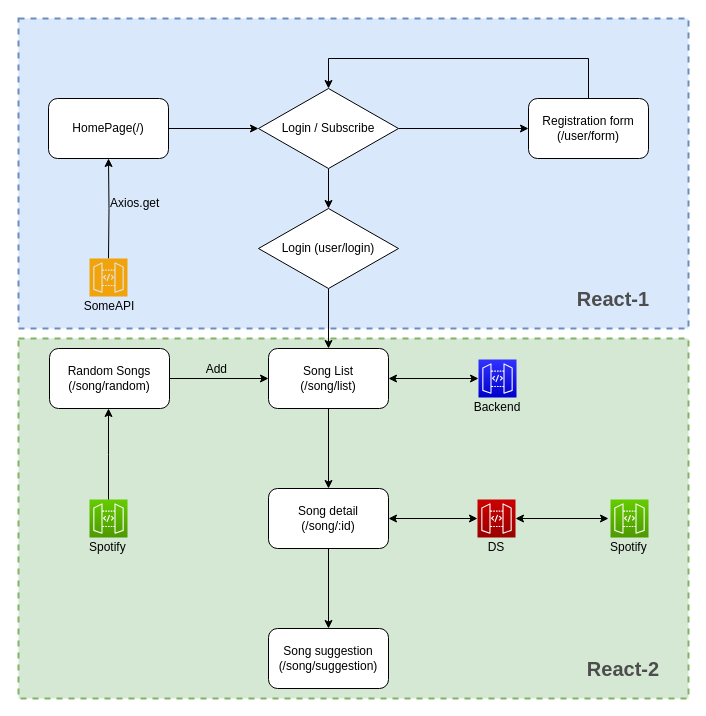
The draw.io diagram page "FlowChart" (1 of 2) of asset/flowChart/flowChart.drawio in bw-spotify-song/frontend, before the edit. Source tidied: cells renumbered, new cells numbered last; positions are measured from the earlier drawing's top-left corner, leaving out a move shared by most shapes. Both pictures are drawn from the tidied source at 100%, with x=0, y=0 at pixel (18, 18).
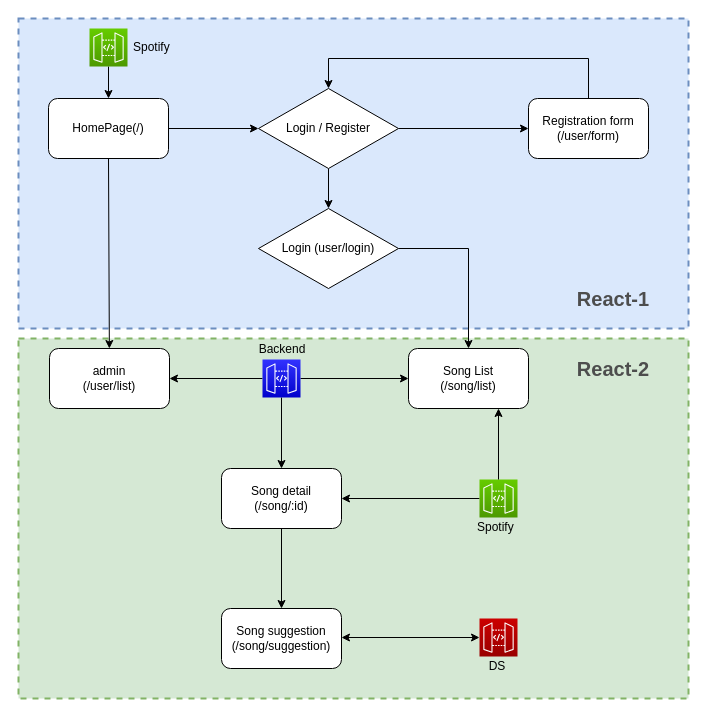
After the change.

Unchanged cells that the change refers to:
```xml
<mxCell id="6" value="HomePage(/)" style="rounded=1;whiteSpace=wrap;html=1;" parent="1" vertex="1">
  <mxGeometry x="30" y="80" width="120" height="60" as="geometry" />
</mxCell>
```

Change to the diagram source:
```diff
@@
-    <mxCell id="10" value="Login / Subscribe" style="rhombus;whiteSpace=wrap;html=1;" parent="1" vertex="1">
+    <mxCell id="10" value="Login / Register" style="rhombus;whiteSpace=wrap;html=1;" parent="1" vertex="1">
       <mxGeometry x="240" y="70" width="140" height="80" as="geometry" />
     </mxCell>
@@
-    <mxCell id="13" style="edgeStyle=orthogonalEdgeStyle;rounded=0;jettySize=auto;html=1;" parent="1" edge="1" source="14" target="17">
-      <mxGeometry relative="1" as="geometry" />
-    </mxCell>
     <mxCell id="14" value="Song List&lt;br&gt;(/song/list)" style="rounded=1;whiteSpace=wrap;html=1;" parent="1" vertex="1">
-      <mxGeometry x="250" y="330" width="120" height="60" as="geometry" />
+      <mxGeometry x="390" y="330" width="120" height="60" as="geometry" />
     </mxCell>
-    <mxCell id="15" value="Random Songs&lt;br&gt;(/song/random)" style="rounded=1;whiteSpace=wrap;html=1;" parent="1" vertex="1">
-      <mxGeometry x="31" y="330" width="120" height="60" as="geometry" />
-    </mxCell>
@@
     <mxCell id="17" value="Song detail&lt;br&gt;(/song/:id)" style="rounded=1;whiteSpace=wrap;html=1;" parent="1" vertex="1">
-      <mxGeometry x="250" y="470" width="120" height="60" as="geometry" />
+      <mxGeometry x="203" y="450" width="120" height="60" as="geometry" />
     </mxCell>
     <mxCell id="18" value="Song suggestion&lt;br&gt;(/song/suggestion)" style="rounded=1;whiteSpace=wrap;html=1;" parent="1" vertex="1">
-      <mxGeometry x="250" y="610" width="120" height="60" as="geometry" />
+      <mxGeometry x="203" y="590" width="120" height="60" as="geometry" />
     </mxCell>
-    <mxCell id="19" style="edgeStyle=orthogonalEdgeStyle;rounded=0;jettySize=auto;html=1;entryX=0.5;entryY=1;entryDx=0;entryDy=0;" parent="1" edge="1" target="6">
-      <mxGeometry relative="1" as="geometry">
-        <mxPoint x="90" y="240" as="sourcePoint" />
-      </mxGeometry>
-    </mxCell>
-    <mxCell id="20" style="fontColor=#232F3E;gradientColor=#66CC00;gradientDirection=north;fillColor=#4D9900;strokeColor=#ffffff;dashed=0;verticalLabelPosition=bottom;verticalAlign=top;align=center;html=1;fontSize=12;fontStyle=0;shape=mxgraph.aws4.resourceIcon;resIcon=mxgraph.aws4.api_gateway;" parent="1" vertex="1">
-      <mxGeometry x="592" y="481" width="38" height="38" as="geometry" />
-    </mxCell>
-    <mxCell id="21" value="Axios.get" style="text;html=1;strokeColor=none;fillColor=none;align=left;verticalAlign=middle;whiteSpace=wrap;rounded=0;" parent="1" vertex="1">
-      <mxGeometry x="90" y="170" width="60" height="30" as="geometry" />
-    </mxCell>
+    <mxCell id="23" style="edgeStyle=orthogonalEdgeStyle;rounded=0;jettySize=auto;html=1;" parent="1" edge="1" source="22" target="14">
+      <mxGeometry relative="1" as="geometry" />
+    </mxCell>
+    <mxCell id="39" style="edgeStyle=orthogonalEdgeStyle;rounded=0;jettySize=auto;html=1;" parent="1" edge="1" source="22" target="44">
+      <mxGeometry relative="1" as="geometry" />
+    </mxCell>
+    <mxCell id="40" style="edgeStyle=orthogonalEdgeStyle;rounded=0;jettySize=auto;html=1;" parent="1" edge="1" source="22" target="17">
+      <mxGeometry relative="1" as="geometry" />
+    </mxCell>
     <mxCell id="22" style="outlineConnect=0;fontColor=#232F3E;gradientColor=#3333FF;gradientDirection=north;fillColor=#0000CC;strokeColor=#ffffff;dashed=0;verticalLabelPosition=bottom;verticalAlign=top;align=center;html=1;fontSize=12;fontStyle=0;shape=mxgraph.aws4.resourceIcon;resIcon=mxgraph.aws4.api_gateway;" parent="1" vertex="1">
-      <mxGeometry x="460" y="341" width="38" height="38" as="geometry" />
+      <mxGeometry x="244" y="341" width="38" height="38" as="geometry" />
     </mxCell>
-    <mxCell id="23" style="endArrow=classic;startArrow=classic;html=1;entryX=1;entryY=0.5;entryDx=0;entryDy=0;" parent="1" edge="1" source="22" target="14">
-      <mxGeometry relative="1" as="geometry" />
-    </mxCell>
     <mxCell id="24" value="Backend" style="text;html=1;strokeColor=none;fillColor=none;align=center;verticalAlign=middle;whiteSpace=wrap;rounded=0;" parent="1" vertex="1">
-      <mxGeometry x="459" y="379" width="40" height="20" as="geometry" />
+      <mxGeometry x="244" y="321" width="40" height="20" as="geometry" />
     </mxCell>
     <mxCell id="25" style="outlineConnect=0;fontColor=#232F3E;gradientColor=#CC0000;gradientDirection=north;fillColor=#990000;strokeColor=#ffffff;dashed=0;verticalLabelPosition=bottom;verticalAlign=top;align=center;html=1;fontSize=12;fontStyle=0;shape=mxgraph.aws4.resourceIcon;resIcon=mxgraph.aws4.api_gateway;" parent="1" vertex="1">
-      <mxGeometry x="459" y="481" width="38" height="38" as="geometry" />
+      <mxGeometry x="461" y="600" width="38" height="38" as="geometry" />
     </mxCell>
     <mxCell id="26" value="DS" style="text;html=1;strokeColor=none;fillColor=none;align=center;verticalAlign=middle;whiteSpace=wrap;rounded=0;" parent="1" vertex="1">
-      <mxGeometry x="458" y="519" width="40" height="20" as="geometry" />
+      <mxGeometry x="459" y="638" width="40" height="20" as="geometry" />
     </mxCell>
-    <mxCell id="27" style="endArrow=classic;startArrow=classic;html=1;exitX=1;exitY=0.5;exitDx=0;exitDy=0;" parent="1" edge="1" source="17" target="25">
-      <mxGeometry relative="1" as="geometry" />
+    <mxCell id="27" style="endArrow=classic;startArrow=classic;html=1;exitX=1;exitY=0.5;exitDx=0;exitDy=0;" parent="1" edge="1" target="25">
+      <mxGeometry relative="1" as="geometry">
+        <mxPoint x="323" y="619" as="sourcePoint" />
+      </mxGeometry>
     </mxCell>
-    <mxCell id="28" style="endArrow=classic;startArrow=classic;html=1;" parent="1" edge="1" source="25">
-      <mxGeometry relative="1" as="geometry">
-        <mxPoint x="590" y="500" as="targetPoint" />
-      </mxGeometry>
-    </mxCell>
-    <mxCell id="29" value="Spotify&amp;nbsp;" style="text;html=1;strokeColor=none;fillColor=none;align=center;verticalAlign=middle;whiteSpace=wrap;rounded=0;" parent="1" vertex="1">
-      <mxGeometry x="592" y="519" width="40" height="20" as="geometry" />
-    </mxCell>
@@
     <mxCell id="31" value="&lt;b&gt;&lt;font style=&quot;font-size: 20px&quot;&gt;React-2&lt;/font&gt;&lt;/b&gt;" style="text;html=1;strokeColor=none;fillColor=none;align=center;verticalAlign=middle;whiteSpace=wrap;rounded=0;dashed=1;fontColor=#4D4D4D;" parent="1" vertex="1">
-      <mxGeometry x="560" y="640" width="90" height="20" as="geometry" />
+      <mxGeometry x="550" y="340" width="90" height="20" as="geometry" />
     </mxCell>
-    <mxCell id="32" value="Add&amp;nbsp;" style="text;html=1;strokeColor=none;fillColor=none;align=center;verticalAlign=middle;whiteSpace=wrap;rounded=0;" parent="1" vertex="1">
-      <mxGeometry x="180" y="341" width="40" height="20" as="geometry" />
-    </mxCell>
-    <mxCell id="33" style="endArrow=classic;html=1;exitX=1;exitY=0.5;exitDx=0;exitDy=0;" parent="1" edge="1" source="15" target="14">
-      <mxGeometry relative="1" as="geometry" />
-    </mxCell>
+    <mxCell id="41" style="edgeStyle=orthogonalEdgeStyle;rounded=0;jettySize=auto;html=1;" parent="1" edge="1" source="34" target="17">
+      <mxGeometry relative="1" as="geometry" />
+    </mxCell>
     <mxCell id="34" style="outlineConnect=0;fontColor=#232F3E;gradientColor=#66CC00;gradientDirection=north;fillColor=#4D9900;strokeColor=#ffffff;dashed=0;verticalLabelPosition=bottom;verticalAlign=top;align=center;html=1;fontSize=12;fontStyle=0;shape=mxgraph.aws4.resourceIcon;resIcon=mxgraph.aws4.api_gateway;" parent="1" vertex="1">
-      <mxGeometry x="71" y="481" width="38" height="38" as="geometry" />
+      <mxGeometry x="461" y="461" width="38" height="38" as="geometry" />
     </mxCell>
-    <mxCell id="35" style="edgeStyle=orthogonalEdgeStyle;rounded=0;jettySize=auto;html=1;" parent="1" edge="1" source="34">
-      <mxGeometry relative="1" as="geometry">
-        <mxPoint x="90" y="390" as="targetPoint" />
-      </mxGeometry>
+    <mxCell id="35" style="edgeStyle=orthogonalEdgeStyle;rounded=0;jettySize=auto;html=1;entryX=0.75;entryY=1;entryDx=0;entryDy=0;" parent="1" edge="1" source="34" target="14">
+      <mxGeometry relative="1" as="geometry" />
     </mxCell>
-    <mxCell id="36" style="gradientDirection=north;fillColor=#f0a30a;strokeColor=#E6E6E6;dashed=0;verticalLabelPosition=bottom;verticalAlign=top;align=center;html=1;fontSize=12;fontStyle=0;shape=mxgraph.aws4.resourceIcon;resIcon=mxgraph.aws4.api_gateway;fontColor=#ffffff;" parent="1" vertex="1">
-      <mxGeometry x="71" y="240" width="38" height="38" as="geometry" />
-    </mxCell>
-    <mxCell id="37" value="SomeAPI" style="text;html=1;strokeColor=none;fillColor=none;align=center;verticalAlign=middle;whiteSpace=wrap;rounded=0;" parent="1" vertex="1">
-      <mxGeometry x="71" y="278" width="40" height="20" as="geometry" />
-    </mxCell>
     <mxCell id="38" value="Spotify&amp;nbsp;" style="text;html=1;strokeColor=none;fillColor=none;align=center;verticalAlign=middle;whiteSpace=wrap;rounded=0;" parent="1" vertex="1">
-      <mxGeometry x="71" y="519" width="40" height="20" as="geometry" />
+      <mxGeometry x="459" y="499" width="40" height="20" as="geometry" />
     </mxCell>
+    <mxCell id="42" style="edgeStyle=orthogonalEdgeStyle;rounded=0;jettySize=auto;html=1;" parent="1" edge="1" source="43" target="6">
+      <mxGeometry relative="1" as="geometry" />
+    </mxCell>
+    <mxCell id="43" style="outlineConnect=0;fontColor=#232F3E;gradientColor=#66CC00;gradientDirection=north;fillColor=#4D9900;strokeColor=#ffffff;dashed=0;verticalLabelPosition=bottom;verticalAlign=top;align=center;html=1;fontSize=12;fontStyle=0;shape=mxgraph.aws4.resourceIcon;resIcon=mxgraph.aws4.api_gateway;" parent="1" vertex="1">
+      <mxGeometry x="71" y="10" width="38" height="38" as="geometry" />
+    </mxCell>
+    <mxCell id="44" value="admin&lt;br&gt;(/user/list)" style="rounded=1;whiteSpace=wrap;html=1;" parent="1" vertex="1">
+      <mxGeometry x="31" y="330" width="120" height="60" as="geometry" />
+    </mxCell>
+    <mxCell id="45" style="endArrow=classic;html=1;exitX=0.5;exitY=1;exitDx=0;exitDy=0;" parent="1" edge="1" source="6" target="44">
+      <mxGeometry relative="1" as="geometry" />
+    </mxCell>
+    <mxCell id="29" value="Spotify&amp;nbsp;" style="text;html=1;strokeColor=none;fillColor=none;align=center;verticalAlign=middle;whiteSpace=wrap;rounded=0;" parent="1" vertex="1">
+      <mxGeometry x="115" y="19" width="40" height="20" as="geometry" />
+    </mxCell>
```
